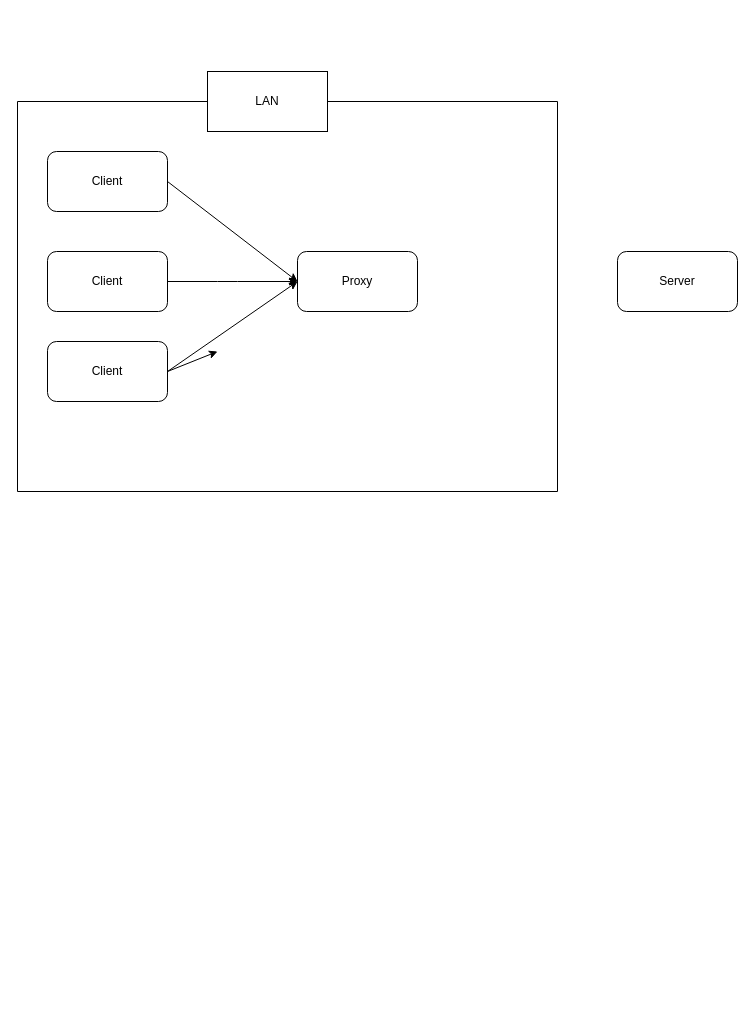
Above: Nginx代理.drawio in pcorvoh/-warehouse (draw.io), before the change. Source tidied: cells renumbered, new cells numbered last; positions are measured from the earlier drawing's top-left corner, leaving out a move shared by most shapes. Both pictures are drawn from the tidied source at 100%, with x=0, y=0 at pixel (17, 71).
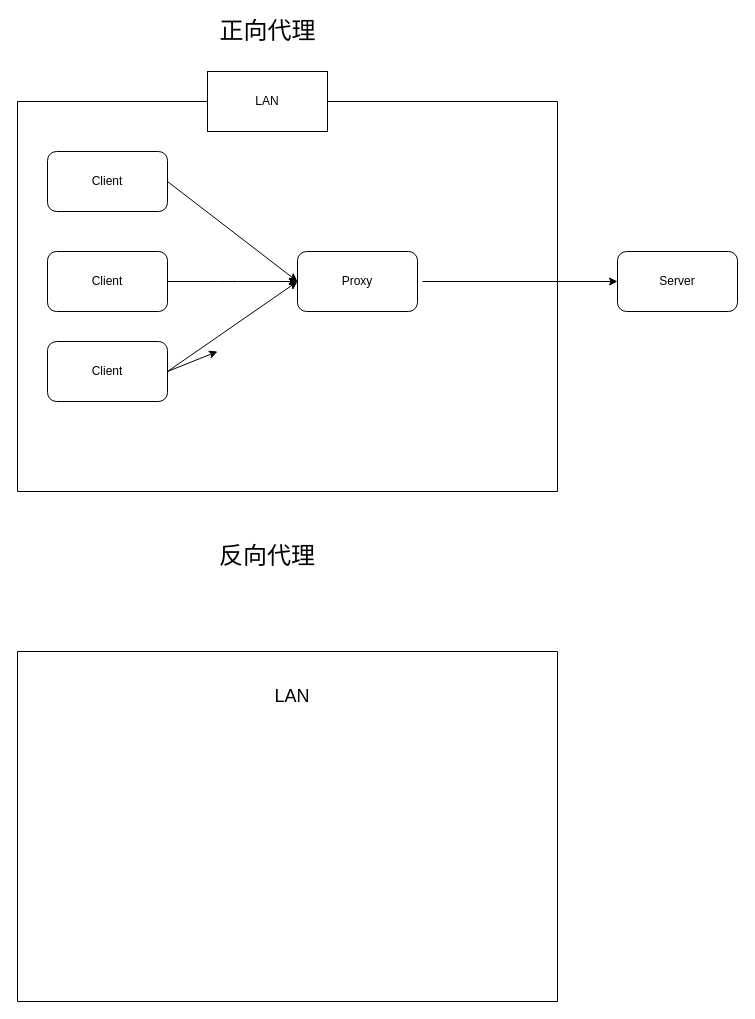
Above is the later version.

Unchanged cells that the change refers to:
```xml
<mxCell id="12" value="Server" style="rounded=1;whiteSpace=wrap;html=1;" parent="1" vertex="1">
  <mxGeometry x="600" y="180" width="120" height="60" as="geometry" />
</mxCell>
```

What changed in the source:
```diff
@@
+    <mxCell id="13" style="endArrow=classic;html=1;entryX=0;entryY=0.5;entryDx=0;entryDy=0;" parent="1" edge="1" target="12">
+      <mxGeometry relative="1" as="geometry">
+        <mxPoint x="405" y="210" as="sourcePoint" />
+      </mxGeometry>
+    </mxCell>
+    <mxCell id="14" value="&lt;font style=&quot;font-size: 24px&quot;&gt;正向代理&lt;/font&gt;" style="text;html=1;align=center;verticalAlign=middle;strokeColor=none;" parent="1" vertex="1">
+      <mxGeometry x="195" y="-50" width="110" height="20" as="geometry" />
+    </mxCell>
+    <mxCell id="15" value="&lt;font style=&quot;font-size: 24px&quot;&gt;反向代理&lt;/font&gt;" style="text;html=1;strokeColor=none;fillColor=none;align=center;verticalAlign=middle;whiteSpace=wrap;rounded=0;" parent="1" vertex="1">
+      <mxGeometry x="150" y="462" width="200" height="45" as="geometry" />
+    </mxCell>
+    <mxCell id="16" style="swimlane;startSize=0;" parent="1" vertex="1">
+      <mxGeometry y="580" width="540" height="350" as="geometry" />
+    </mxCell>
+    <mxCell id="17" value="&lt;font style=&quot;font-size: 18px&quot;&gt;LAN&lt;/font&gt;" style="text;html=1;strokeColor=none;fillColor=none;align=center;verticalAlign=middle;whiteSpace=wrap;rounded=0;" parent="1" vertex="1">
+      <mxGeometry x="240" y="610" width="70" height="30" as="geometry" />
+    </mxCell>
```
